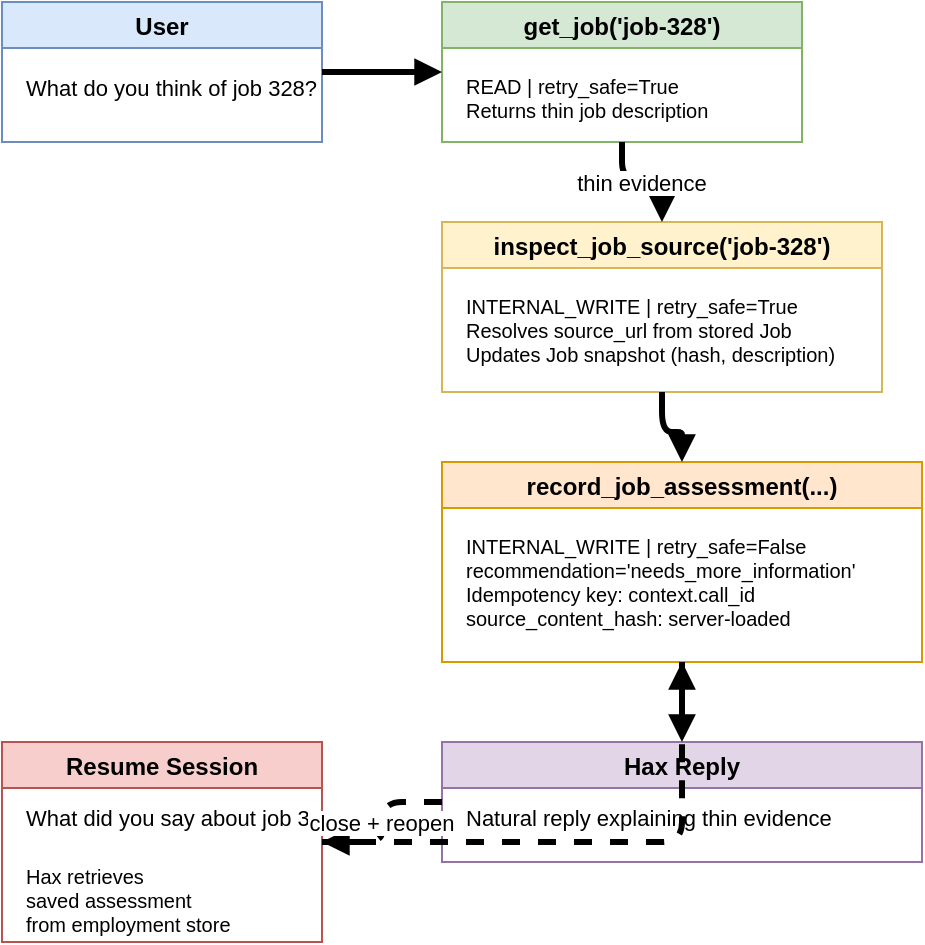
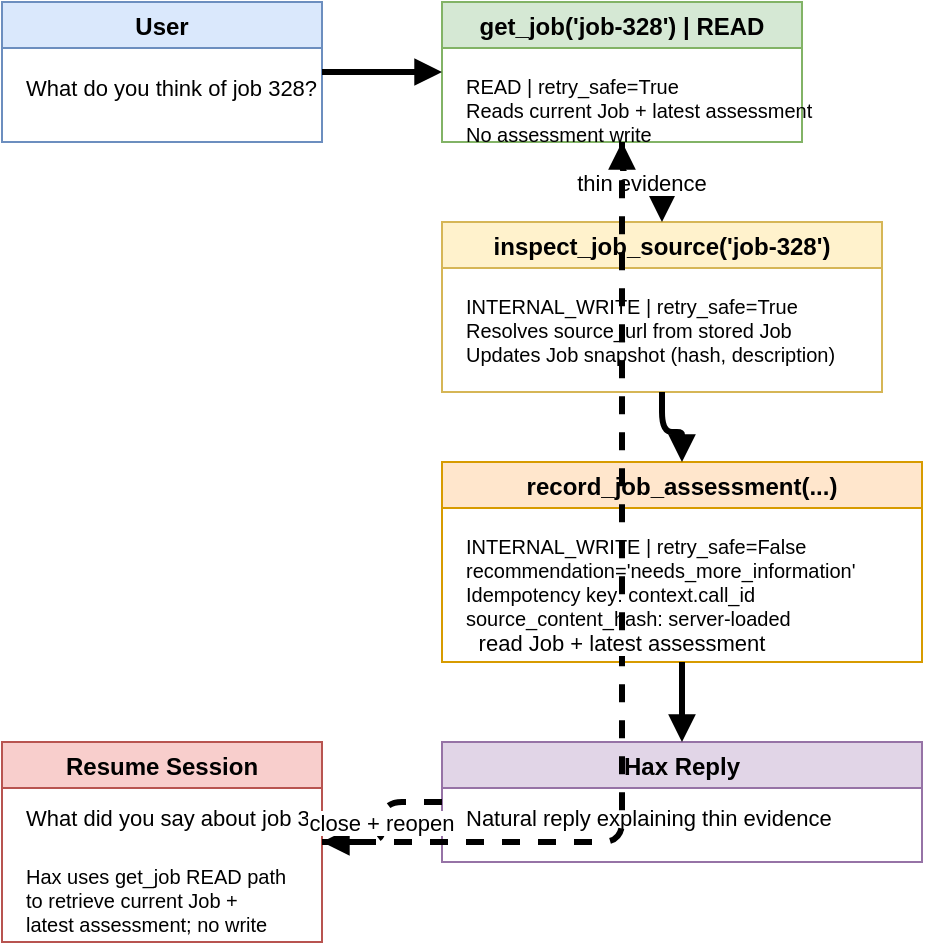
<mxfile host="app.diagrams.net">
  <diagram name="conversation-trajectory">
    <mxGraphModel dx="1200" dy="800" grid="1" gridSize="10" guides="1" tooltips="1" connect="1" arrows="1" fold="1">
      <root>
        <mxCell id="0"/>
        <mxCell id="1" parent="0"/>
        <mxCell id="group-user" value="User" style="swimlane;fillColor=#dae8fc;strokeColor=#6c8ebf;" vertex="1" parent="1">
          <mxGeometry x="40" y="40" width="160" height="70" as="geometry"/>
        </mxCell>
        <mxCell id="user-msg" value="What do you think of job 328?" style="text;fontSize=11;" vertex="1" parent="group-user">
          <mxGeometry x="10" y="30" width="140" height="25" as="geometry"/>
        </mxCell>
-         <mxCell id="group-get" value="get_job('job-328')" style="swimlane;fillColor=#d5e8d4;strokeColor=#82b366;" vertex="1" parent="1">
+         <mxCell id="group-get" value="get_job('job-328') | READ" style="swimlane;fillColor=#d5e8d4;strokeColor=#82b366;" vertex="1" parent="1">
          <mxGeometry x="260" y="40" width="180" height="70" as="geometry"/>
        </mxCell>
-         <mxCell id="get-detail" value="READ | retry_safe=True&#xa;Returns thin job description" style="text;fontSize=10;" vertex="1" parent="group-get">
+         <mxCell id="get-detail" value="READ | retry_safe=True&#xa;Reads current Job + latest assessment&#xa;No assessment write" style="text;fontSize=10;" vertex="1" parent="group-get">
          <mxGeometry x="10" y="30" width="160" height="30" as="geometry"/>
        </mxCell>
        <mxCell id="group-inspect" value="inspect_job_source('job-328')" style="swimlane;fillColor=#fff2cc;strokeColor=#d6b656;" vertex="1" parent="1">
          <mxGeometry x="260" y="150" width="220" height="85" as="geometry"/>
        </mxCell>
        <mxCell id="insp-detail" value="INTERNAL_WRITE | retry_safe=True&#xa;Resolves source_url from stored Job&#xa;Updates Job snapshot (hash, description)" style="text;fontSize=10;" vertex="1" parent="group-inspect">
          <mxGeometry x="10" y="30" width="200" height="45" as="geometry"/>
        </mxCell>
        <mxCell id="group-record" value="record_job_assessment(...)" style="swimlane;fillColor=#ffe6cc;strokeColor=#d79b00;" vertex="1" parent="1">
          <mxGeometry x="260" y="270" width="240" height="100" as="geometry"/>
        </mxCell>
        <mxCell id="rec-detail" value="INTERNAL_WRITE | retry_safe=False&#xa;recommendation='needs_more_information'&#xa;Idempotency key: context.call_id&#xa;source_content_hash: server-loaded" style="text;fontSize=10;" vertex="1" parent="group-record">
          <mxGeometry x="10" y="30" width="220" height="60" as="geometry"/>
        </mxCell>
        <mxCell id="group-reply" value="Hax Reply" style="swimlane;fillColor=#e1d5e7;strokeColor=#9673a6;" vertex="1" parent="1">
          <mxGeometry x="260" y="410" width="240" height="60" as="geometry"/>
        </mxCell>
        <mxCell id="reply-text" value="Natural reply explaining thin evidence" style="text;fontSize=11;" vertex="1" parent="group-reply">
          <mxGeometry x="10" y="25" width="220" height="25" as="geometry"/>
        </mxCell>
        <mxCell id="group-resume" value="Resume Session" style="swimlane;fillColor=#f8cecc;strokeColor=#b85450;" vertex="1" parent="1">
          <mxGeometry x="40" y="410" width="160" height="100" as="geometry"/>
        </mxCell>
        <mxCell id="res-q" value="What did you say about job 328?" style="text;fontSize=11;" vertex="1" parent="group-resume">
          <mxGeometry x="10" y="25" width="140" height="25" as="geometry"/>
        </mxCell>
-         <mxCell id="res-a" value="Hax retrieves&#xa;saved assessment&#xa;from employment store" style="text;fontSize=10;" vertex="1" parent="group-resume">
+         <mxCell id="res-a" value="Hax uses get_job READ path&#xa;to retrieve current Job +&#xa;latest assessment; no write" style="text;fontSize=10;" vertex="1" parent="group-resume">
          <mxGeometry x="10" y="55" width="140" height="40" as="geometry"/>
        </mxCell>
        <mxCell id="edge-u-g" value="" style="edgeStyle=orthogonalEdgeStyle;orthogonalLoop=1;jettySize=auto;endArrow=block;endFill=1;strokeWidth=3;" edge="1" parent="1" source="group-user" target="group-get">
          <mxGeometry relative="1" as="geometry"/>
        </mxCell>
        <mxCell id="edge-g-i" value="thin evidence" style="edgeStyle=orthogonalEdgeStyle;orthogonalLoop=1;jettySize=auto;endArrow=block;endFill=1;strokeWidth=3;" edge="1" parent="1" source="group-get" target="group-inspect">
          <mxGeometry relative="1" as="geometry"/>
        </mxCell>
        <mxCell id="edge-i-r" value="" style="edgeStyle=orthogonalEdgeStyle;orthogonalLoop=1;jettySize=auto;endArrow=block;endFill=1;strokeWidth=3;" edge="1" parent="1" source="group-inspect" target="group-record">
          <mxGeometry relative="1" as="geometry"/>
        </mxCell>
        <mxCell id="edge-r-reply" value="" style="edgeStyle=orthogonalEdgeStyle;orthogonalLoop=1;jettySize=auto;endArrow=block;endFill=1;strokeWidth=3;" edge="1" parent="1" source="group-record" target="group-reply">
          <mxGeometry relative="1" as="geometry"/>
        </mxCell>
        <mxCell id="edge-close" value="close + reopen" style="edgeStyle=orthogonalEdgeStyle;orthogonalLoop=1;jettySize=auto;endArrow=block;endFill=1;strokeWidth=3;dashed=1;" edge="1" parent="1" source="group-reply" target="group-resume">
          <mxGeometry relative="1" as="geometry"/>
        </mxCell>
-         <mxCell id="edge-res-store" value="" style="edgeStyle=orthogonalEdgeStyle;orthogonalLoop=1;jettySize=auto;endArrow=block;endFill=1;strokeWidth=3;dashed=1;" edge="1" parent="1" source="group-resume" target="group-record">
+         <mxCell id="edge-res-store" value="read Job + latest assessment" style="edgeStyle=orthogonalEdgeStyle;orthogonalLoop=1;jettySize=auto;endArrow=block;endFill=1;strokeWidth=3;dashed=1;" edge="1" parent="1" source="group-resume" target="group-get">
          <mxGeometry relative="1" as="geometry"/>
        </mxCell>
      </root>
    </mxGraphModel>
  </diagram>
</mxfile>
